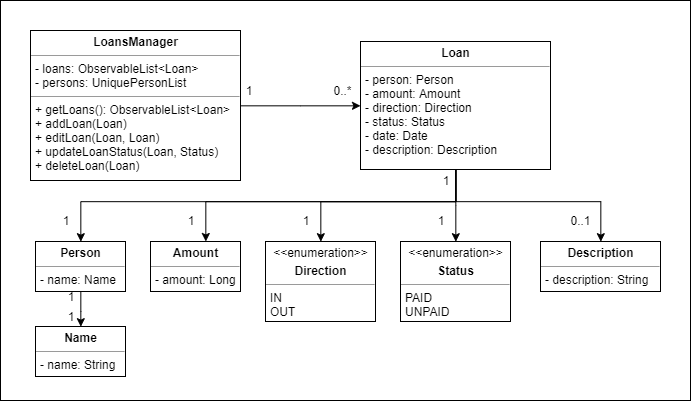
This is docs/images/LoanClassDiagram.png from nus-cs2103-AY1920S1/addressbook-level3, a draw.io export, as it was before one commit. Source tidied: cells renumbered, new cells last; positions are measured from the earlier drawing's top-left corner, leaving out a move shared by most shapes. The source it was exported from:
```xml
<mxGraphModel background="#ffffff">
  <root>
    <mxCell id="0" />
    <mxCell id="1" parent="0" />
    <mxCell id="2" style="rounded=0;whiteSpace=wrap;html=1;" parent="1" vertex="1">
      <mxGeometry width="690" height="400" as="geometry" />
    </mxCell>
    <mxCell id="3" style="edgeStyle=orthogonalEdgeStyle;rounded=0;jettySize=auto;html=1;exitX=1;exitY=0.5;exitDx=0;exitDy=0;" parent="1" edge="1" source="4" target="10">
      <mxGeometry relative="1" as="geometry" />
    </mxCell>
    <mxCell id="4" value="&lt;p style=&quot;margin: 0px ; margin-top: 4px ; text-align: center&quot;&gt;&lt;b&gt;LoansManager&lt;/b&gt;&lt;br&gt;&lt;/p&gt;&lt;hr size=&quot;1&quot;&gt;&lt;p style=&quot;margin: 0px ; margin-left: 4px&quot;&gt;- loans: ObservableList&amp;lt;Loan&amp;gt;&lt;/p&gt;&lt;p style=&quot;margin: 0px ; margin-left: 4px&quot;&gt;- persons: UniquePersonList&lt;/p&gt;&lt;hr size=&quot;1&quot;&gt;&lt;p style=&quot;margin: 0px ; margin-left: 4px&quot;&gt;+ getLoans(): ObservableList&amp;lt;Loan&amp;gt;&lt;br&gt;+ addLoan(Loan)&lt;/p&gt;&lt;p style=&quot;margin: 0px ; margin-left: 4px&quot;&gt;+ editLoan(Loan, Loan)&lt;/p&gt;&lt;p style=&quot;margin: 0px ; margin-left: 4px&quot;&gt;+ updateLoanStatus(Loan, Status)&lt;/p&gt;&lt;p style=&quot;margin: 0px ; margin-left: 4px&quot;&gt;+ deleteLoan(Loan)&lt;/p&gt;" style="verticalAlign=top;align=left;overflow=fill;fontSize=12;fontFamily=Helvetica;html=1;rounded=0;shadow=0;comic=0;labelBackgroundColor=none;strokeColor=#000000;strokeWidth=1;fillColor=#ffffff;" parent="1" vertex="1">
      <mxGeometry x="30" y="30" width="210" height="150" as="geometry" />
    </mxCell>
    <mxCell id="5" style="edgeStyle=orthogonalEdgeStyle;rounded=0;jettySize=auto;html=1;entryX=0.5;entryY=0;entryDx=0;entryDy=0;" parent="1" edge="1" source="10" target="12">
      <mxGeometry relative="1" as="geometry">
        <Array as="points">
          <mxPoint x="455" y="201" />
          <mxPoint x="80" y="201" />
        </Array>
      </mxGeometry>
    </mxCell>
    <mxCell id="6" style="edgeStyle=orthogonalEdgeStyle;rounded=0;jettySize=auto;html=1;" parent="1" edge="1" source="10" target="14">
      <mxGeometry relative="1" as="geometry">
        <Array as="points">
          <mxPoint x="455" y="201" />
          <mxPoint x="205" y="201" />
        </Array>
      </mxGeometry>
    </mxCell>
    <mxCell id="7" style="edgeStyle=orthogonalEdgeStyle;rounded=0;jettySize=auto;html=1;entryX=0.5;entryY=0;entryDx=0;entryDy=0;" parent="1" edge="1" source="10" target="17">
      <mxGeometry relative="1" as="geometry" />
    </mxCell>
    <mxCell id="8" style="edgeStyle=orthogonalEdgeStyle;rounded=0;jettySize=auto;html=1;entryX=0.5;entryY=0;entryDx=0;entryDy=0;" parent="1" edge="1" source="10" target="16">
      <mxGeometry relative="1" as="geometry">
        <Array as="points">
          <mxPoint x="455" y="201" />
          <mxPoint x="600" y="201" />
        </Array>
      </mxGeometry>
    </mxCell>
    <mxCell id="9" style="edgeStyle=orthogonalEdgeStyle;rounded=0;jettySize=auto;html=1;entryX=0.5;entryY=0;entryDx=0;entryDy=0;" parent="1" edge="1" source="10" target="15">
      <mxGeometry relative="1" as="geometry">
        <Array as="points">
          <mxPoint x="455" y="201" />
          <mxPoint x="320" y="201" />
        </Array>
      </mxGeometry>
    </mxCell>
    <mxCell id="10" value="&lt;p style=&quot;margin: 0px ; margin-top: 4px ; text-align: center&quot;&gt;&lt;b&gt;Loan&lt;/b&gt;&lt;br&gt;&lt;/p&gt;&lt;hr size=&quot;1&quot;&gt;&lt;p style=&quot;margin: 0px ; margin-left: 4px&quot;&gt;- person: Person&lt;/p&gt;&lt;p style=&quot;margin: 0px ; margin-left: 4px&quot;&gt;- amount: Amount&lt;/p&gt;&lt;p style=&quot;margin: 0px ; margin-left: 4px&quot;&gt;- direction: Direction&lt;/p&gt;&lt;p style=&quot;margin: 0px ; margin-left: 4px&quot;&gt;- status: Status&lt;/p&gt;&lt;p style=&quot;margin: 0px ; margin-left: 4px&quot;&gt;- date: Date&lt;/p&gt;&lt;p style=&quot;margin: 0px ; margin-left: 4px&quot;&gt;- description: Description&lt;/p&gt;" style="verticalAlign=top;align=left;overflow=fill;fontSize=12;fontFamily=Helvetica;html=1;rounded=0;shadow=0;comic=0;labelBackgroundColor=none;strokeColor=#000000;strokeWidth=1;fillColor=#ffffff;" parent="1" vertex="1">
      <mxGeometry x="360" y="41" width="190" height="128" as="geometry" />
    </mxCell>
    <mxCell id="11" style="edgeStyle=orthogonalEdgeStyle;rounded=0;jettySize=auto;html=1;entryX=0.5;entryY=0;entryDx=0;entryDy=0;" parent="1" edge="1" source="12" target="13">
      <mxGeometry relative="1" as="geometry" />
    </mxCell>
    <mxCell id="12" value="&lt;p style=&quot;margin: 0px ; margin-top: 4px ; text-align: center&quot;&gt;&lt;b&gt;Person&lt;/b&gt;&lt;br&gt;&lt;/p&gt;&lt;hr size=&quot;1&quot;&gt;&lt;p style=&quot;margin: 0px ; margin-left: 4px&quot;&gt;- name: Name&lt;/p&gt;" style="verticalAlign=top;align=left;overflow=fill;fontSize=12;fontFamily=Helvetica;html=1;rounded=0;shadow=0;comic=0;labelBackgroundColor=none;strokeColor=#000000;strokeWidth=1;fillColor=#ffffff;" parent="1" vertex="1">
      <mxGeometry x="35" y="241" width="90" height="50" as="geometry" />
    </mxCell>
    <mxCell id="13" value="&lt;p style=&quot;margin: 0px ; margin-top: 4px ; text-align: center&quot;&gt;&lt;b&gt;Name&lt;/b&gt;&lt;br&gt;&lt;/p&gt;&lt;hr size=&quot;1&quot;&gt;&lt;p style=&quot;margin: 0px ; margin-left: 4px&quot;&gt;- name: String&lt;/p&gt;" style="verticalAlign=top;align=left;overflow=fill;fontSize=12;fontFamily=Helvetica;html=1;rounded=0;shadow=0;comic=0;labelBackgroundColor=none;strokeColor=#000000;strokeWidth=1;fillColor=#ffffff;" parent="1" vertex="1">
      <mxGeometry x="35" y="326" width="90" height="50" as="geometry" />
    </mxCell>
    <mxCell id="14" value="&lt;p style=&quot;margin: 0px ; margin-top: 4px ; text-align: center&quot;&gt;&lt;b&gt;Amount&lt;/b&gt;&lt;/p&gt;&lt;hr size=&quot;1&quot;&gt;&lt;p style=&quot;margin: 0px ; margin-left: 4px&quot;&gt;- amount: Long&lt;/p&gt;" style="verticalAlign=top;align=left;overflow=fill;fontSize=12;fontFamily=Helvetica;html=1;rounded=0;shadow=0;comic=0;labelBackgroundColor=none;strokeColor=#000000;strokeWidth=1;fillColor=#ffffff;" parent="1" vertex="1">
      <mxGeometry x="150" y="241" width="90" height="50" as="geometry" />
    </mxCell>
    <mxCell id="15" value="&lt;p style=&quot;margin: 0px ; margin-top: 4px ; text-align: center&quot;&gt;&amp;lt;&amp;lt;enumeration&amp;gt;&amp;gt;&lt;/p&gt;&lt;p style=&quot;margin: 0px ; margin-top: 4px ; text-align: center&quot;&gt;&lt;b&gt;Direction&lt;/b&gt;&lt;/p&gt;&lt;hr size=&quot;1&quot;&gt;&lt;p style=&quot;margin: 0px ; margin-left: 4px&quot;&gt;IN&lt;/p&gt;&lt;p style=&quot;margin: 0px ; margin-left: 4px&quot;&gt;OUT&lt;/p&gt;" style="verticalAlign=top;align=left;overflow=fill;fontSize=12;fontFamily=Helvetica;html=1;rounded=0;shadow=0;comic=0;labelBackgroundColor=none;strokeColor=#000000;strokeWidth=1;fillColor=#ffffff;" parent="1" vertex="1">
      <mxGeometry x="265" y="241" width="110" height="80" as="geometry" />
    </mxCell>
    <mxCell id="16" value="&lt;p style=&quot;margin: 0px ; margin-top: 4px ; text-align: center&quot;&gt;&lt;b&gt;Description&lt;/b&gt;&lt;br&gt;&lt;/p&gt;&lt;hr size=&quot;1&quot;&gt;&lt;p style=&quot;margin: 0px ; margin-left: 4px&quot;&gt;- description: String&lt;/p&gt;" style="verticalAlign=top;align=left;overflow=fill;fontSize=12;fontFamily=Helvetica;html=1;rounded=0;shadow=0;comic=0;labelBackgroundColor=none;strokeColor=#000000;strokeWidth=1;fillColor=#ffffff;" parent="1" vertex="1">
      <mxGeometry x="540" y="241" width="120" height="50" as="geometry" />
    </mxCell>
    <mxCell id="17" value="&lt;p style=&quot;margin: 0px ; margin-top: 4px ; text-align: center&quot;&gt;&amp;lt;&amp;lt;enumeration&amp;gt;&amp;gt;&lt;/p&gt;&lt;p style=&quot;margin: 0px ; margin-top: 4px ; text-align: center&quot;&gt;&lt;b&gt;Status&lt;/b&gt;&lt;/p&gt;&lt;hr size=&quot;1&quot;&gt;&lt;p style=&quot;margin: 0px ; margin-left: 4px&quot;&gt;PAID&lt;/p&gt;&lt;p style=&quot;margin: 0px ; margin-left: 4px&quot;&gt;UNPAID&lt;/p&gt;" style="verticalAlign=top;align=left;overflow=fill;fontSize=12;fontFamily=Helvetica;html=1;rounded=0;shadow=0;comic=0;labelBackgroundColor=none;strokeColor=#000000;strokeWidth=1;fillColor=#ffffff;" parent="1" vertex="1">
      <mxGeometry x="400" y="241" width="110" height="80" as="geometry" />
    </mxCell>
    <mxCell id="18" value="1" style="text;html=1;strokeColor=none;fillColor=none;align=center;verticalAlign=middle;whiteSpace=wrap;rounded=0;" parent="1" vertex="1">
      <mxGeometry x="240" y="80" width="15" height="20" as="geometry" />
    </mxCell>
    <mxCell id="19" value="0..*" style="text;html=1;strokeColor=none;fillColor=none;align=center;verticalAlign=middle;whiteSpace=wrap;rounded=0;" parent="1" vertex="1">
      <mxGeometry x="330" y="80" width="23" height="20" as="geometry" />
    </mxCell>
    <mxCell id="20" value="1" style="text;html=1;strokeColor=none;fillColor=none;align=center;verticalAlign=middle;whiteSpace=wrap;rounded=0;" parent="1" vertex="1">
      <mxGeometry x="60" y="210" width="10" height="20" as="geometry" />
    </mxCell>
    <mxCell id="21" value="1" style="text;html=1;strokeColor=none;fillColor=none;align=center;verticalAlign=middle;whiteSpace=wrap;rounded=0;" parent="1" vertex="1">
      <mxGeometry x="185" y="210" width="10" height="20" as="geometry" />
    </mxCell>
    <mxCell id="22" value="1" style="text;html=1;strokeColor=none;fillColor=none;align=center;verticalAlign=middle;whiteSpace=wrap;rounded=0;" parent="1" vertex="1">
      <mxGeometry x="300" y="210" width="10" height="20" as="geometry" />
    </mxCell>
    <mxCell id="23" value="0..1" style="text;html=1;strokeColor=none;fillColor=none;align=center;verticalAlign=middle;whiteSpace=wrap;rounded=0;" parent="1" vertex="1">
      <mxGeometry x="570" y="210" width="20" height="20" as="geometry" />
    </mxCell>
    <mxCell id="24" value="1" style="text;html=1;strokeColor=none;fillColor=none;align=center;verticalAlign=middle;whiteSpace=wrap;rounded=0;" parent="1" vertex="1">
      <mxGeometry x="65" y="306" width="10" height="20" as="geometry" />
    </mxCell>
    <mxCell id="25" value="1" style="text;html=1;strokeColor=none;fillColor=none;align=center;verticalAlign=middle;whiteSpace=wrap;rounded=0;" parent="1" vertex="1">
      <mxGeometry x="435" y="210" width="10" height="20" as="geometry" />
    </mxCell>
    <mxCell id="26" value="1" style="text;html=1;strokeColor=none;fillColor=none;align=center;verticalAlign=middle;whiteSpace=wrap;rounded=0;" parent="1" vertex="1">
      <mxGeometry x="440" y="170" width="10" height="20" as="geometry" />
    </mxCell>
    <mxCell id="27" value="1" style="text;html=1;strokeColor=none;fillColor=none;align=center;verticalAlign=middle;whiteSpace=wrap;rounded=0;" parent="1" vertex="1">
      <mxGeometry x="65" y="286" width="10" height="20" as="geometry" />
    </mxCell>
  </root>
</mxGraphModel>
```
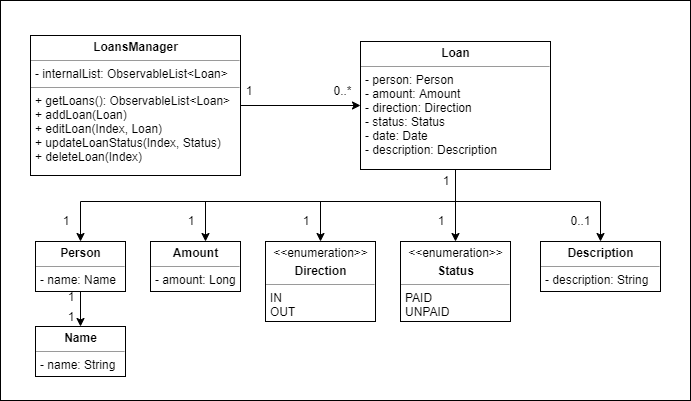
Later version of the same file.

Commit message:
Update dev guide and class diagram

Diff of the diagram source:
```diff
@@ -8,8 +8,8 @@
     <mxCell id="3" style="edgeStyle=orthogonalEdgeStyle;rounded=0;jettySize=auto;html=1;exitX=1;exitY=0.5;exitDx=0;exitDy=0;" parent="1" edge="1" source="4" target="10">
       <mxGeometry relative="1" as="geometry" />
     </mxCell>
-    <mxCell id="4" value="&lt;p style=&quot;margin: 0px ; margin-top: 4px ; text-align: center&quot;&gt;&lt;b&gt;LoansManager&lt;/b&gt;&lt;br&gt;&lt;/p&gt;&lt;hr size=&quot;1&quot;&gt;&lt;p style=&quot;margin: 0px ; margin-left: 4px&quot;&gt;- loans: ObservableList&amp;lt;Loan&amp;gt;&lt;/p&gt;&lt;p style=&quot;margin: 0px ; margin-left: 4px&quot;&gt;- persons: UniquePersonList&lt;/p&gt;&lt;hr size=&quot;1&quot;&gt;&lt;p style=&quot;margin: 0px ; margin-left: 4px&quot;&gt;+ getLoans(): ObservableList&amp;lt;Loan&amp;gt;&lt;br&gt;+ addLoan(Loan)&lt;/p&gt;&lt;p style=&quot;margin: 0px ; margin-left: 4px&quot;&gt;+ editLoan(Loan, Loan)&lt;/p&gt;&lt;p style=&quot;margin: 0px ; margin-left: 4px&quot;&gt;+ updateLoanStatus(Loan, Status)&lt;/p&gt;&lt;p style=&quot;margin: 0px ; margin-left: 4px&quot;&gt;+ deleteLoan(Loan)&lt;/p&gt;" style="verticalAlign=top;align=left;overflow=fill;fontSize=12;fontFamily=Helvetica;html=1;rounded=0;shadow=0;comic=0;labelBackgroundColor=none;strokeColor=#000000;strokeWidth=1;fillColor=#ffffff;" parent="1" vertex="1">
-      <mxGeometry x="30" y="30" width="210" height="150" as="geometry" />
+    <mxCell id="4" value="&lt;p style=&quot;margin: 0px ; margin-top: 4px ; text-align: center&quot;&gt;&lt;b&gt;LoansManager&lt;/b&gt;&lt;br&gt;&lt;/p&gt;&lt;hr size=&quot;1&quot;&gt;&lt;p style=&quot;margin: 0px ; margin-left: 4px&quot;&gt;- internalList: ObservableList&amp;lt;Loan&amp;gt;&lt;/p&gt;&lt;hr size=&quot;1&quot;&gt;&lt;p style=&quot;margin: 0px ; margin-left: 4px&quot;&gt;+ getLoans(): ObservableList&amp;lt;Loan&amp;gt;&lt;br&gt;+ addLoan(Loan)&lt;/p&gt;&lt;p style=&quot;margin: 0px ; margin-left: 4px&quot;&gt;+ editLoan(Index, Loan)&lt;/p&gt;&lt;p style=&quot;margin: 0px ; margin-left: 4px&quot;&gt;+ updateLoanStatus(Index, Status)&lt;/p&gt;&lt;p style=&quot;margin: 0px ; margin-left: 4px&quot;&gt;+ deleteLoan(Index)&lt;/p&gt;" style="verticalAlign=top;align=left;overflow=fill;fontSize=12;fontFamily=Helvetica;html=1;rounded=0;shadow=0;comic=0;labelBackgroundColor=none;strokeColor=#000000;strokeWidth=1;fillColor=#ffffff;" parent="1" vertex="1">
+      <mxGeometry x="30" y="35" width="210" height="140" as="geometry" />
     </mxCell>
     <mxCell id="5" style="edgeStyle=orthogonalEdgeStyle;rounded=0;jettySize=auto;html=1;entryX=0.5;entryY=0;entryDx=0;entryDy=0;" parent="1" edge="1" source="10" target="12">
       <mxGeometry relative="1" as="geometry">
```
